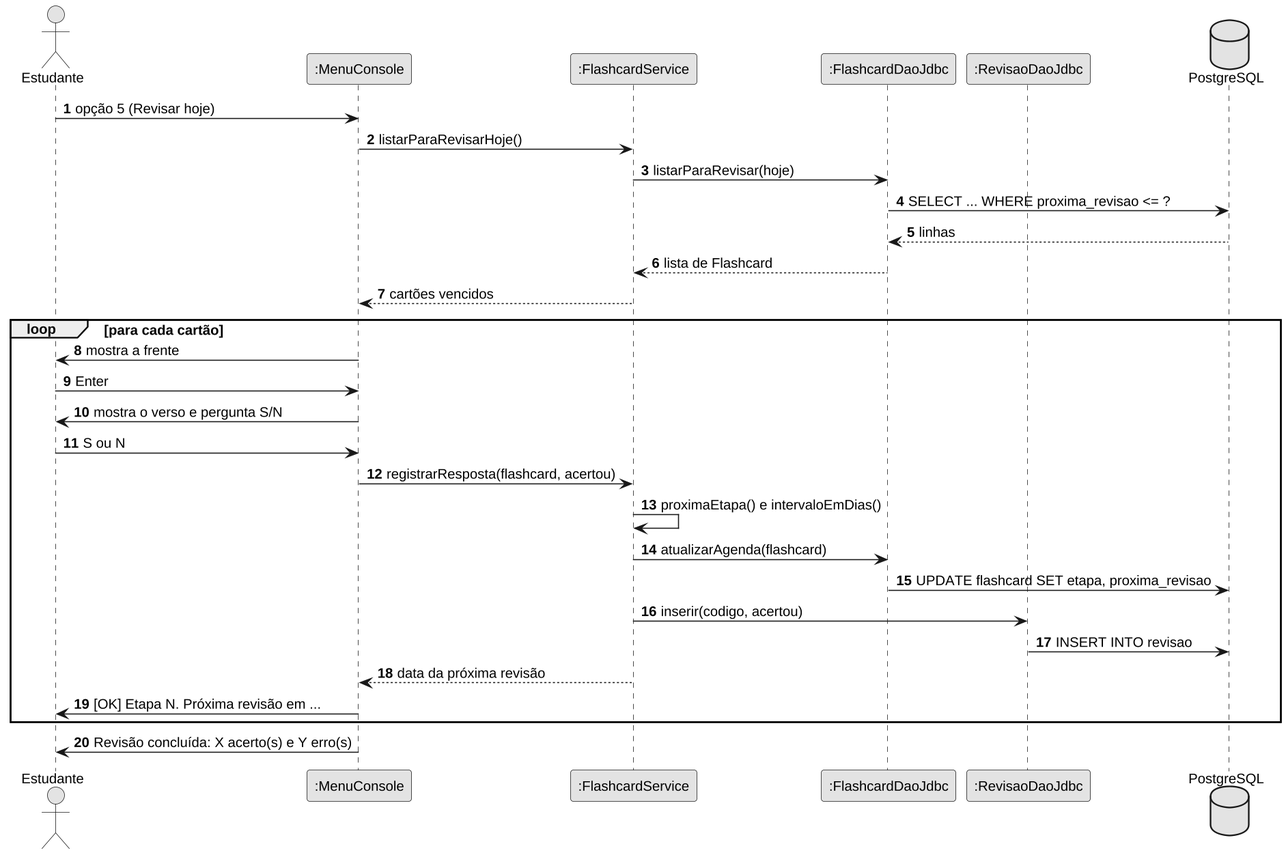
The PlantUML diagram docs/diagramas/sequencia-revisar-hoje.png in AndraxZin/Cadencia, before a commit.
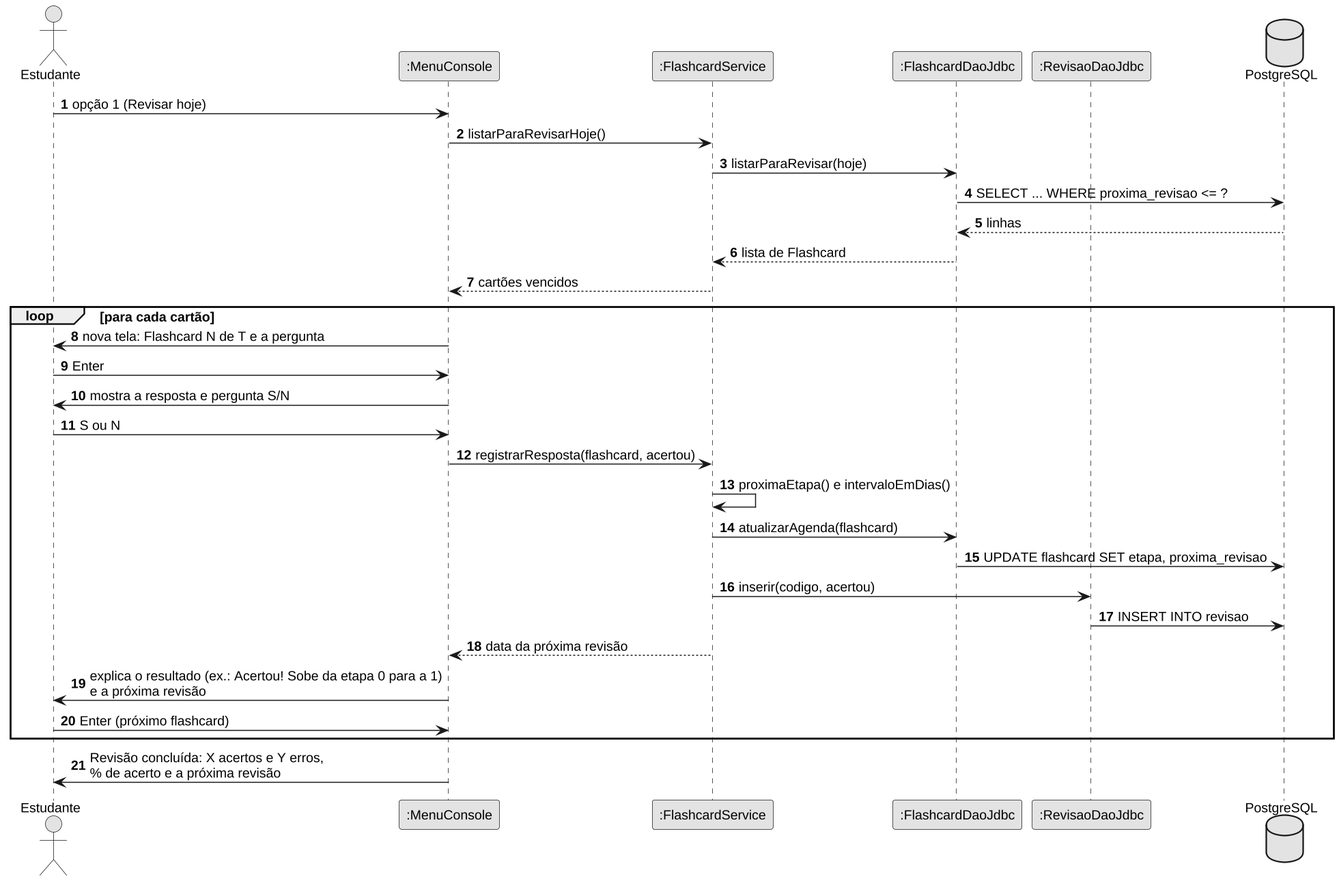
Later version of the same file.

What changed in the source:
```diff
@@ -1,5 +1,5 @@
 @startuml
-skinparamlocked dpi 150
+skinparamlocked dpi 144
 skinparam monochrome true
 skinparam shadowing false
 skinparam backgroundColor white
@@ -14,7 +14,7 @@
 participant ":RevisaoDaoJdbc" as RD
 database "PostgreSQL" as DB
 
-Estudante -> V : opção 5 (Revisar hoje)
+Estudante -> V : opção 1 (Revisar hoje)
 V -> S : listarParaRevisarHoje()
 S -> FD : listarParaRevisar(hoje)
 FD -> DB : SELECT ... WHERE proxima_revisao <= ?
@@ -22,9 +22,9 @@
 FD --> S : lista de Flashcard
 S --> V : cartões vencidos
 loop para cada cartão
-  V -> Estudante : mostra a frente
+  V -> Estudante : nova tela: Flashcard N de T e a pergunta
   Estudante -> V : Enter
-  V -> Estudante : mostra o verso e pergunta S/N
+  V -> Estudante : mostra a resposta e pergunta S/N
   Estudante -> V : S ou N
   V -> S : registrarResposta(flashcard, acertou)
   S -> S : proximaEtapa() e intervaloEmDias()
@@ -33,7 +33,8 @@
   S -> RD : inserir(codigo, acertou)
   RD -> DB : INSERT INTO revisao
   S --> V : data da próxima revisão
-  V -> Estudante : [OK] Etapa N. Próxima revisão em ...
+  V -> Estudante : explica o resultado (ex.: Acertou! Sobe da etapa 0 para a 1)\ne a próxima revisão
+  Estudante -> V : Enter (próximo flashcard)
 end
-V -> Estudante : Revisão concluída: X acerto(s) e Y erro(s)
+V -> Estudante : Revisão concluída: X acertos e Y erros,\n% de acerto e a próxima revisão
 @enduml
```
